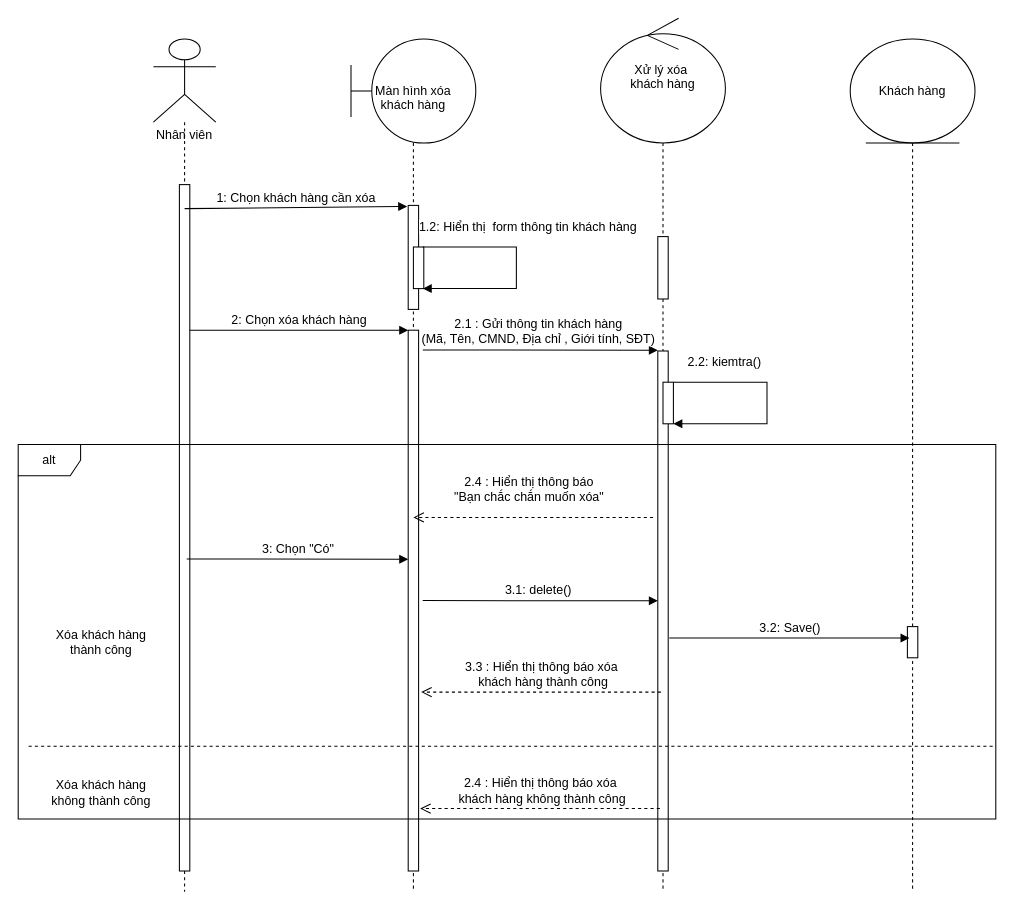
Before: document/sequence/sq_de_custormer.drawio in TikTzuki/tourism-application, a draw.io diagram. Source tidied: cells renumbered, new cells numbered last; positions are measured from the earlier drawing's top-left corner, leaving out a move shared by most shapes. Both pictures are drawn from the tidied source at 104%, with x=0, y=0 at pixel (18, 18).
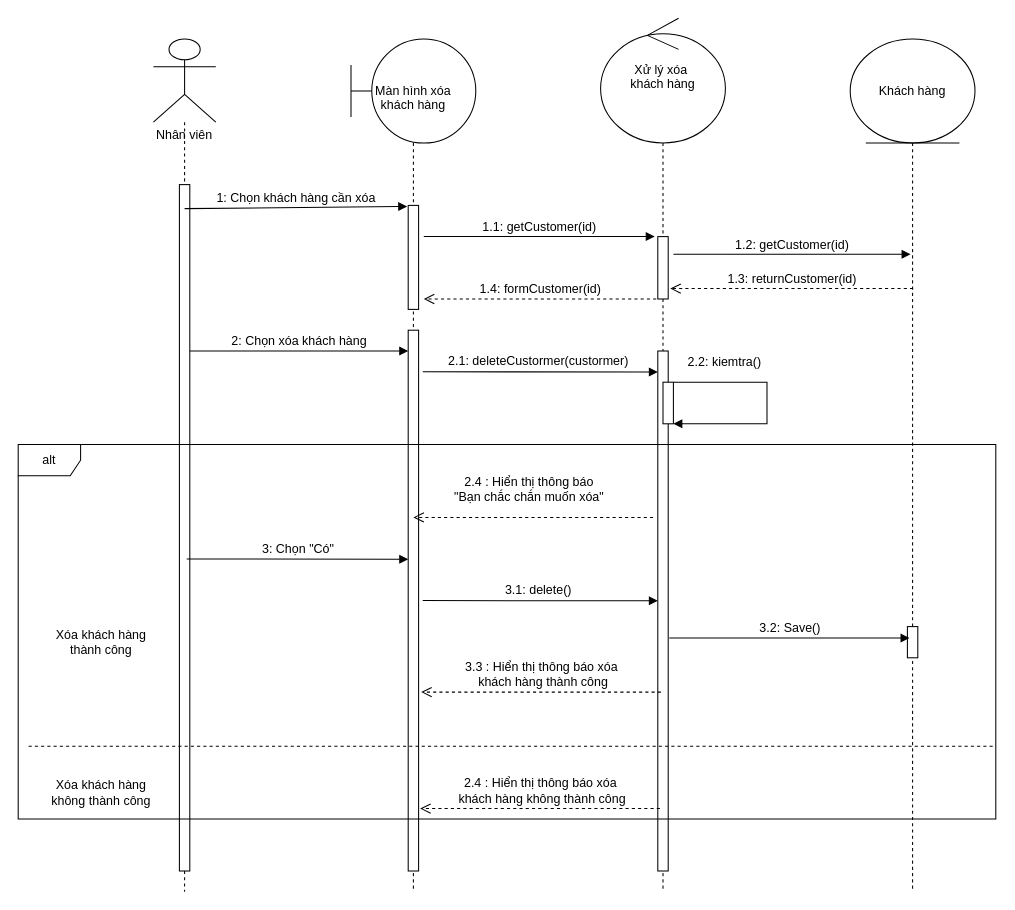
After the change.

The edit, as a diff of the source:
```diff
@@
-    <mxCell id="13" style="html=1;perimeter=orthogonalPerimeter;fontSize=12;" parent="1" vertex="1">
-      <mxGeometry x="380" y="220" width="10" height="40" as="geometry" />
-    </mxCell>
-    <mxCell id="14" value="1.2: Hiển thị&amp;nbsp; form thông tin khách hàng" style="html=1;verticalAlign=bottom;endArrow=block;fontSize=12;rounded=0;" parent="1" edge="1">
-      <mxGeometry x="-0.18" y="15" relative="1" as="geometry">
-        <mxPoint x="389" y="220" as="sourcePoint" />
-        <mxPoint x="389" y="260" as="targetPoint" />
-        <Array as="points">
-          <mxPoint x="479" y="220" />
-          <mxPoint x="479" y="260" />
-        </Array>
-        <mxPoint x="-4" y="-10" as="offset" />
-      </mxGeometry>
-    </mxCell>
     <mxCell id="15" value="2: Chọn xóa khách hàng" style="html=1;verticalAlign=bottom;endArrow=block;fontSize=12;" parent="1" edge="1">
       <mxGeometry relative="1" as="geometry">
-        <mxPoint x="165" y="300" as="sourcePoint" />
-        <mxPoint x="375" y="300" as="targetPoint" />
+        <mxPoint x="165" y="320" as="sourcePoint" />
+        <mxPoint x="375" y="320" as="targetPoint" />
       </mxGeometry>
     </mxCell>
-    <mxCell id="16" value="2.1 : Gửi thông tin khách hàng &lt;br&gt;(Mã, Tên, CMND, Địa chỉ , Giới tính, SĐT)" style="html=1;verticalAlign=bottom;endArrow=block;fontSize=12;entryX=0.1;entryY=-0.002;entryDx=0;entryDy=0;entryPerimeter=0;" parent="1" edge="1">
+    <mxCell id="16" value="2.1: deleteCustormer(custormer)" style="html=1;verticalAlign=bottom;endArrow=block;fontSize=12;entryX=0.1;entryY=-0.002;entryDx=0;entryDy=0;entryPerimeter=0;" parent="1" edge="1">
       <mxGeometry x="-0.02" y="1" relative="1" as="geometry">
-        <mxPoint x="389" y="319" as="sourcePoint" />
-        <mxPoint x="615" y="319.2" as="targetPoint" />
+        <mxPoint x="389" y="340" as="sourcePoint" />
+        <mxPoint x="615" y="340.2" as="targetPoint" />
       </mxGeometry>
     </mxCell>
@@
+    <mxCell id="29" value="1.1: getCustomer(id)" style="html=1;verticalAlign=bottom;endArrow=block;fontSize=12;" parent="1" edge="1">
+      <mxGeometry relative="1" as="geometry">
+        <mxPoint x="390" y="210" as="sourcePoint" />
+        <mxPoint x="612" y="210" as="targetPoint" />
+      </mxGeometry>
+    </mxCell>
+    <mxCell id="30" value="1.2: getCustomer(id)" style="html=1;verticalAlign=bottom;endArrow=block;fontSize=12;" parent="1" edge="1">
+      <mxGeometry relative="1" as="geometry">
+        <mxPoint x="630" y="227" as="sourcePoint" />
+        <mxPoint x="858" y="227" as="targetPoint" />
+      </mxGeometry>
+    </mxCell>
+    <mxCell id="31" value="1.3: returnCustomer(id)" style="html=1;verticalAlign=bottom;endArrow=open;dashed=1;endSize=8;fontSize=12;" parent="1" edge="1">
+      <mxGeometry relative="1" as="geometry">
+        <mxPoint x="860.5" y="260" as="sourcePoint" />
+        <mxPoint x="627" y="260" as="targetPoint" />
+      </mxGeometry>
+    </mxCell>
+    <mxCell id="32" value="1.4: formCustomer(id)" style="html=1;verticalAlign=bottom;endArrow=open;dashed=1;endSize=8;fontSize=12;" parent="1" edge="1">
+      <mxGeometry relative="1" as="geometry">
+        <mxPoint x="613.5" y="270" as="sourcePoint" />
+        <mxPoint x="390" y="270" as="targetPoint" />
+      </mxGeometry>
+    </mxCell>
```
